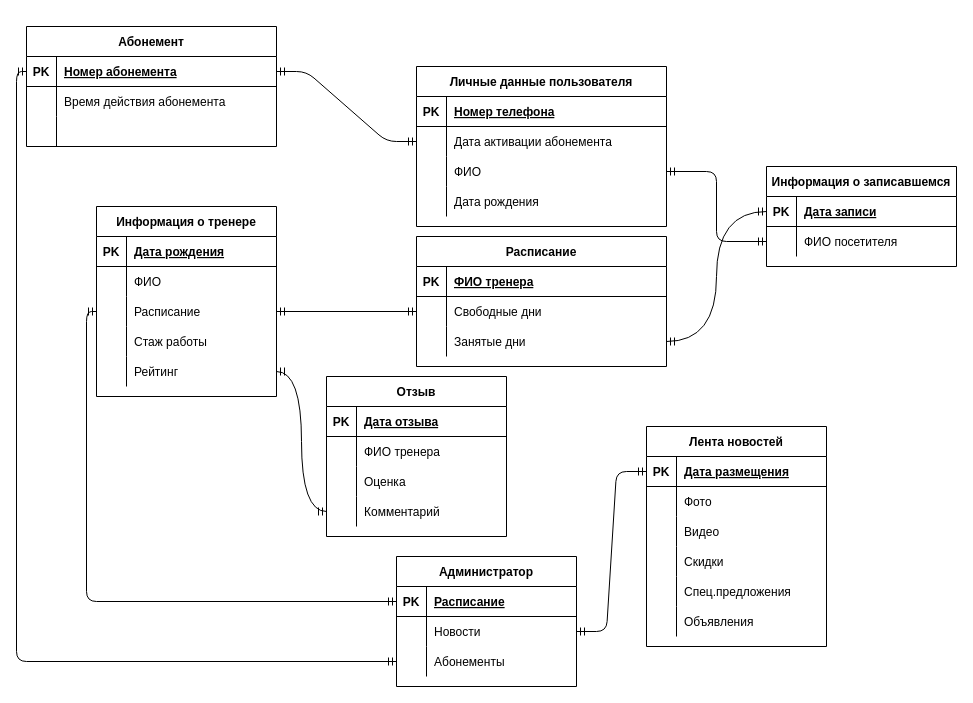
Before: ER-диаграмма 2.drawio in yuliapyrikova/-, a draw.io diagram. Source tidied: cells renumbered, new cells numbered last; positions are measured from the earlier drawing's top-left corner, leaving out a move shared by most shapes. Both pictures are drawn from the tidied source at 100%, with x=0, y=0 at pixel (26, 26).
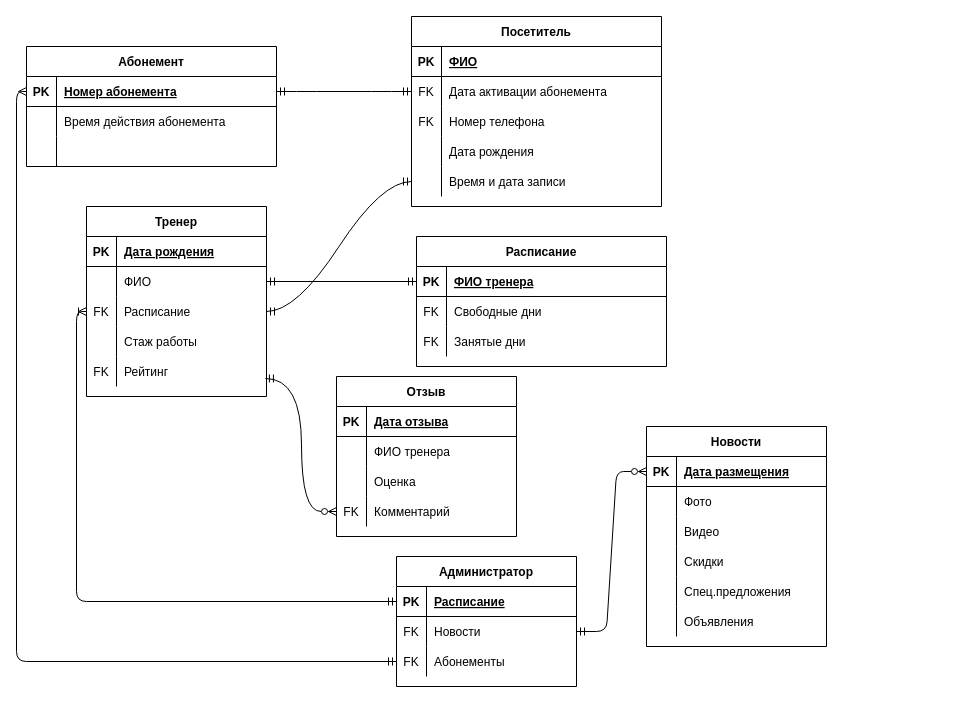
The same page after the edit.

Unchanged cells that the change refers to:
```xml
<mxCell id="3" style="shape=partialRectangle;fillColor=none;top=0;left=0;right=0;bottom=1;" parent="2" vertex="1">
  <mxGeometry y="30" width="250" height="30" as="geometry" />
</mxCell>
<mxCell id="6" style="shape=partialRectangle;fillColor=none;points=[[0,0.5],[1,0.5]];portConstraint=eastwest;top=0;left=0;right=0;bottom=0;" parent="2" vertex="1">
  <mxGeometry y="60" width="250" height="30" as="geometry" />
</mxCell>
<mxCell id="9" style="shape=partialRectangle;fillColor=none;points=[[0,0.5],[1,0.5]];portConstraint=eastwest;top=0;left=0;right=0;bottom=0;" parent="2" vertex="1">
  <mxGeometry y="90" width="250" height="30" as="geometry" />
</mxCell>
<mxCell id="16" style="shape=partialRectangle;fillColor=none;points=[[0,0.5],[1,0.5]];portConstraint=eastwest;top=0;left=0;right=0;bottom=1;" parent="15" vertex="1">
  <mxGeometry y="30" width="250" height="30" as="geometry" />
</mxCell>
<mxCell id="19" style="shape=partialRectangle;fillColor=none;points=[[0,0.5],[1,0.5]];portConstraint=eastwest;top=0;left=0;right=0;bottom=0;" parent="15" vertex="1">
  <mxGeometry y="60" width="250" height="30" as="geometry" />
</mxCell>
<mxCell id="22" style="shape=partialRectangle;fillColor=none;points=[[0,0.5],[1,0.5]];portConstraint=eastwest;top=0;left=0;right=0;bottom=0;" parent="15" vertex="1">
  <mxGeometry y="90" width="250" height="30" as="geometry" />
</mxCell>
<mxCell id="26" style="shape=partialRectangle;fillColor=none;points=[[0,0.5],[1,0.5]];portConstraint=eastwest;top=0;left=0;right=0;bottom=1;" parent="25" vertex="1">
  <mxGeometry y="30" width="250" height="30" as="geometry" />
</mxCell>
<mxCell id="47" style="shape=partialRectangle;fillColor=none;top=0;left=0;bottom=0;right=0;points=[[0,0.5],[1,0.5]];portConstraint=eastwest;" parent="43" vertex="1">
  <mxGeometry y="60" width="180" height="30" as="geometry" />
</mxCell>
<mxCell id="50" style="shape=partialRectangle;fillColor=none;top=0;left=0;bottom=0;right=0;points=[[0,0.5],[1,0.5]];portConstraint=eastwest;" parent="43" vertex="1">
  <mxGeometry y="90" width="180" height="30" as="geometry" />
</mxCell>
<mxCell id="56" style="shape=partialRectangle;fillColor=none;top=0;left=0;bottom=0;right=0;points=[[0,0.5],[1,0.5]];portConstraint=eastwest;" parent="43" vertex="1">
  <mxGeometry y="150" width="180" height="30" as="geometry" />
</mxCell>
<mxCell id="72" style="shape=partialRectangle;fillColor=none;top=0;left=0;bottom=0;right=0;points=[[0,0.5],[1,0.5]];portConstraint=eastwest;" parent="62" vertex="1">
  <mxGeometry y="120" width="180" height="30" as="geometry" />
</mxCell>
<mxCell id="76" style="shape=partialRectangle;fillColor=none;top=0;left=0;bottom=1;right=0;points=[[0,0.5],[1,0.5]];portConstraint=eastwest;" parent="75" vertex="1">
  <mxGeometry y="30" width="180" height="30" as="geometry" />
</mxCell>
<mxCell id="96" style="shape=partialRectangle;fillColor=none;top=0;left=0;bottom=1;right=0;points=[[0,0.5],[1,0.5]];portConstraint=eastwest;" parent="95" vertex="1">
  <mxGeometry y="30" width="180" height="30" as="geometry" />
</mxCell>
<mxCell id="99" style="shape=partialRectangle;fillColor=none;top=0;left=0;bottom=0;right=0;points=[[0,0.5],[1,0.5]];portConstraint=eastwest;" parent="95" vertex="1">
  <mxGeometry y="60" width="180" height="30" as="geometry" />
</mxCell>
<mxCell id="102" style="shape=partialRectangle;fillColor=none;top=0;left=0;bottom=0;right=0;points=[[0,0.5],[1,0.5]];portConstraint=eastwest;" parent="95" vertex="1">
  <mxGeometry y="90" width="180" height="30" as="geometry" />
</mxCell>
```

Change to the diagram source:
```diff
@@
-    <mxCell id="2" value="Личные данные пользователя" style="shape=table;startSize=30;childLayout=tableLayout;rowLines=0;fontStyle=1;align=center;" parent="1" vertex="1">
-      <mxGeometry x="390" y="40" width="250" height="160" as="geometry" />
+    <mxCell id="2" value="Посетитель" style="shape=table;startSize=30;childLayout=tableLayout;rowLines=0;fontStyle=1;align=center;" parent="1" vertex="1">
+      <mxGeometry x="385" y="-10" width="250" height="190" as="geometry" />
     </mxCell>
@@
-    <mxCell id="5" value="Номер телефона" style="shape=partialRectangle;overflow=hidden;fillColor=none;top=0;left=0;bottom=0;right=0;align=left;spacingLeft=6;fontStyle=5;" parent="3" vertex="1">
+    <mxCell id="5" value="ФИО" style="shape=partialRectangle;overflow=hidden;fillColor=none;top=0;left=0;bottom=0;right=0;align=left;spacingLeft=6;fontStyle=5;" parent="3" vertex="1">
       <mxGeometry x="30" width="220" height="30" as="geometry" />
     </mxCell>
@@
-    <mxCell id="7" style="shape=partialRectangle;overflow=hidden;fillColor=none;top=0;left=0;bottom=0;right=0;" parent="6" vertex="1">
+    <mxCell id="7" value="FK" style="shape=partialRectangle;overflow=hidden;fillColor=none;top=0;left=0;bottom=0;right=0;" parent="6" vertex="1">
       <mxGeometry width="30" height="30" as="geometry" />
     </mxCell>
@@
-    <mxCell id="10" style="shape=partialRectangle;overflow=hidden;fillColor=none;top=0;left=0;bottom=0;right=0;" parent="9" vertex="1">
+    <mxCell id="10" value="FK" style="shape=partialRectangle;overflow=hidden;fillColor=none;top=0;left=0;bottom=0;right=0;" parent="9" vertex="1">
       <mxGeometry width="30" height="30" as="geometry" />
     </mxCell>
-    <mxCell id="11" value="ФИО" style="shape=partialRectangle;overflow=hidden;fillColor=none;top=0;left=0;bottom=0;right=0;align=left;spacingLeft=6;" parent="9" vertex="1">
+    <mxCell id="11" value="Номер телефона" style="shape=partialRectangle;overflow=hidden;fillColor=none;top=0;left=0;bottom=0;right=0;align=left;spacingLeft=6;" parent="9" vertex="1">
       <mxGeometry x="30" width="220" height="30" as="geometry" />
     </mxCell>
@@
+    <mxCell id="108" style="shape=partialRectangle;fillColor=none;top=0;left=0;bottom=0;right=0;points=[[0,0.5],[1,0.5]];portConstraint=eastwest;" parent="2" vertex="1">
+      <mxGeometry y="150" width="250" height="30" as="geometry" />
+    </mxCell>
+    <mxCell id="40" style="shape=partialRectangle;fillColor=none;top=0;left=0;bottom=0;right=0;overflow=hidden;" parent="108" vertex="1">
+      <mxGeometry width="30" height="30" as="geometry" />
+    </mxCell>
+    <mxCell id="109" value="Время и дата записи" style="shape=partialRectangle;fillColor=none;top=0;left=0;bottom=0;right=0;align=left;spacingLeft=6;overflow=hidden;" parent="108" vertex="1">
+      <mxGeometry x="30" width="220" height="30" as="geometry" />
+    </mxCell>
@@
-    <mxCell id="20" style="shape=partialRectangle;overflow=hidden;fillColor=none;top=0;left=0;bottom=0;right=0;" parent="19" vertex="1">
+    <mxCell id="20" value="FK" style="shape=partialRectangle;overflow=hidden;fillColor=none;top=0;left=0;bottom=0;right=0;" parent="19" vertex="1">
       <mxGeometry width="30" height="30" as="geometry" />
     </mxCell>
@@
-    <mxCell id="23" style="shape=partialRectangle;overflow=hidden;fillColor=none;top=0;left=0;bottom=0;right=0;" parent="22" vertex="1">
+    <mxCell id="23" value="FK" style="shape=partialRectangle;overflow=hidden;fillColor=none;top=0;left=0;bottom=0;right=0;" parent="22" vertex="1">
       <mxGeometry width="30" height="30" as="geometry" />
     </mxCell>
@@
     <mxCell id="25" value="Абонемент" style="shape=table;startSize=30;childLayout=tableLayout;rowLines=0;fontStyle=1;align=center;" parent="1" vertex="1">
-      <mxGeometry width="250" height="120" as="geometry" />
+      <mxGeometry y="20" width="250" height="120" as="geometry" />
     </mxCell>
@@
-    <mxCell id="35" value="Информация о записавшемся" style="shape=table;startSize=30;childLayout=tableLayout;rowLines=0;fontStyle=1;align=center;" parent="1" vertex="1">
-      <mxGeometry x="740" y="140" width="190" height="100" as="geometry" />
-    </mxCell>
-    <mxCell id="36" style="shape=partialRectangle;fillColor=none;top=0;left=0;bottom=1;right=0;points=[[0,0.5],[1,0.5]];portConstraint=eastwest;" parent="35" vertex="1">
-      <mxGeometry y="30" width="190" height="30" as="geometry" />
-    </mxCell>
-    <mxCell id="37" value="PK" style="shape=partialRectangle;fillColor=none;top=0;left=0;bottom=0;right=0;fontStyle=1;overflow=hidden;" parent="36" vertex="1">
-      <mxGeometry width="30" height="30" as="geometry" />
-    </mxCell>
-    <mxCell id="38" value="Дата записи" style="shape=partialRectangle;fillColor=none;top=0;left=0;bottom=0;right=0;align=left;spacingLeft=6;fontStyle=5;overflow=hidden;" parent="36" vertex="1">
-      <mxGeometry x="30" width="160" height="30" as="geometry" />
-    </mxCell>
-    <mxCell id="39" style="shape=partialRectangle;fillColor=none;top=0;left=0;bottom=0;right=0;points=[[0,0.5],[1,0.5]];portConstraint=eastwest;" parent="35" vertex="1">
-      <mxGeometry y="60" width="190" height="30" as="geometry" />
-    </mxCell>
-    <mxCell id="40" style="shape=partialRectangle;fillColor=none;top=0;left=0;bottom=0;right=0;overflow=hidden;" parent="39" vertex="1">
-      <mxGeometry width="30" height="30" as="geometry" />
-    </mxCell>
-    <mxCell id="41" value="ФИО посетителя" style="shape=partialRectangle;fillColor=none;top=0;left=0;bottom=0;right=0;align=left;spacingLeft=6;overflow=hidden;" parent="39" vertex="1">
-      <mxGeometry x="30" width="160" height="30" as="geometry" />
-    </mxCell>
@@
-    <mxCell id="43" value="Информация о тренере" style="shape=table;startSize=30;childLayout=tableLayout;rowLines=0;fontStyle=1;align=center;" parent="1" vertex="1">
-      <mxGeometry x="70" y="180" width="180" height="190" as="geometry" />
+    <mxCell id="43" value="Тренер" style="shape=table;startSize=30;childLayout=tableLayout;rowLines=0;fontStyle=1;align=center;" parent="1" vertex="1">
+      <mxGeometry x="60" y="180" width="180" height="190" as="geometry" />
     </mxCell>
@@
-    <mxCell id="51" style="shape=partialRectangle;fillColor=none;top=0;left=0;bottom=0;right=0;overflow=hidden;" parent="50" vertex="1">
+    <mxCell id="51" value="FK" style="shape=partialRectangle;fillColor=none;top=0;left=0;bottom=0;right=0;overflow=hidden;" parent="50" vertex="1">
       <mxGeometry width="30" height="30" as="geometry" />
     </mxCell>
@@
-    <mxCell id="57" style="shape=partialRectangle;fillColor=none;top=0;left=0;bottom=0;right=0;overflow=hidden;" parent="56" vertex="1">
+    <mxCell id="57" value="FK" style="shape=partialRectangle;fillColor=none;top=0;left=0;bottom=0;right=0;overflow=hidden;" parent="56" vertex="1">
       <mxGeometry width="30" height="30" as="geometry" />
     </mxCell>
@@
-    <mxCell id="59" style="edgeStyle=orthogonalEdgeStyle;fontSize=12;html=1;endArrow=ERmandOne;startArrow=ERmandOne;exitX=1;exitY=0.5;exitDx=0;exitDy=0;entryX=0;entryY=0.5;entryDx=0;entryDy=0;jumpStyle=sharp;" parent="1" edge="1" source="9" target="39">
-      <mxGeometry relative="1" as="geometry" />
-    </mxCell>
-    <mxCell id="60" style="edgeStyle=orthogonalEdgeStyle;fontSize=12;html=1;endArrow=ERmandOne;startArrow=ERmandOne;entryX=0;entryY=0.5;entryDx=0;entryDy=0;exitX=1;exitY=0.5;exitDx=0;exitDy=0;jumpStyle=sharp;elbow=vertical;curved=1;" parent="1" edge="1" source="22" target="36">
-      <mxGeometry relative="1" as="geometry" />
-    </mxCell>
-    <mxCell id="61" style="edgeStyle=entityRelationEdgeStyle;fontSize=12;html=1;endArrow=ERmandOne;startArrow=ERmandOne;exitX=1;exitY=0.5;exitDx=0;exitDy=0;entryX=0;entryY=0.5;entryDx=0;entryDy=0;jumpStyle=sharp;" parent="1" edge="1" source="50" target="19">
+    <mxCell id="61" style="edgeStyle=entityRelationEdgeStyle;fontSize=12;html=1;endArrow=ERmandOne;startArrow=ERmandOne;exitX=1;exitY=0.5;exitDx=0;exitDy=0;entryX=0;entryY=0.5;entryDx=0;entryDy=0;jumpStyle=sharp;" parent="1" edge="1" source="47" target="16">
       <mxGeometry relative="1" as="geometry" />
     </mxCell>
     <mxCell id="62" value="Отзыв" style="shape=table;startSize=30;childLayout=tableLayout;rowLines=0;fontStyle=1;align=center;" parent="1" vertex="1">
-      <mxGeometry x="300" y="350" width="180" height="160" as="geometry" />
+      <mxGeometry x="310" y="350" width="180" height="160" as="geometry" />
     </mxCell>
@@
-    <mxCell id="73" style="shape=partialRectangle;fillColor=none;top=0;left=0;bottom=0;right=0;overflow=hidden;" parent="72" vertex="1">
+    <mxCell id="73" value="FK" style="shape=partialRectangle;fillColor=none;top=0;left=0;bottom=0;right=0;overflow=hidden;" parent="72" vertex="1">
       <mxGeometry width="30" height="30" as="geometry" />
     </mxCell>
@@
-    <mxCell id="75" value="Лента новостей" style="shape=table;startSize=30;childLayout=tableLayout;rowLines=0;fontStyle=1;align=center;" parent="1" vertex="1">
+    <mxCell id="75" value="Новости" style="shape=table;startSize=30;childLayout=tableLayout;rowLines=0;fontStyle=1;align=center;" parent="1" vertex="1">
       <mxGeometry x="620" y="400" width="180" height="220" as="geometry" />
     </mxCell>
@@
-    <mxCell id="94" style="edgeStyle=orthogonalEdgeStyle;fontSize=12;html=1;endArrow=ERmandOne;startArrow=ERmandOne;entryX=0;entryY=0.5;entryDx=0;entryDy=0;exitX=1;exitY=0.5;exitDx=0;exitDy=0;jumpStyle=sharp;curved=1;" parent="1" edge="1" source="56" target="72">
+    <mxCell id="94" style="edgeStyle=orthogonalEdgeStyle;fontSize=12;html=1;endArrow=ERzeroToMany;startArrow=ERmandOne;exitX=0.994;exitY=0.733;exitDx=0;exitDy=0;jumpStyle=sharp;endFill=0;elbow=vertical;entryX=0;entryY=0.5;entryDx=0;entryDy=0;exitPerimeter=0;curved=1;" parent="1" edge="1" source="56" target="72">
       <mxGeometry relative="1" as="geometry" />
     </mxCell>
@@
-    <mxCell id="100" style="shape=partialRectangle;fillColor=none;top=0;left=0;bottom=0;right=0;overflow=hidden;" parent="99" vertex="1">
+    <mxCell id="100" value="FK" style="shape=partialRectangle;fillColor=none;top=0;left=0;bottom=0;right=0;overflow=hidden;" parent="99" vertex="1">
       <mxGeometry width="30" height="30" as="geometry" />
     </mxCell>
@@
-    <mxCell id="103" style="shape=partialRectangle;fillColor=none;top=0;left=0;bottom=0;right=0;overflow=hidden;" parent="102" vertex="1">
+    <mxCell id="103" value="FK" style="shape=partialRectangle;fillColor=none;top=0;left=0;bottom=0;right=0;overflow=hidden;" parent="102" vertex="1">
       <mxGeometry width="30" height="30" as="geometry" />
     </mxCell>
@@
-    <mxCell id="105" style="edgeStyle=orthogonalEdgeStyle;fontSize=12;html=1;endArrow=ERmandOne;startArrow=ERmandOne;entryX=0;entryY=0.5;entryDx=0;entryDy=0;exitX=0;exitY=0.5;exitDx=0;exitDy=0;jumpStyle=sharp;" parent="1" edge="1" source="50" target="96">
+    <mxCell id="105" style="edgeStyle=orthogonalEdgeStyle;fontSize=12;html=1;endArrow=ERmandOne;startArrow=ERoneToMany;entryX=0;entryY=0.5;entryDx=0;entryDy=0;exitX=0;exitY=0.5;exitDx=0;exitDy=0;jumpStyle=sharp;startFill=0;" parent="1" edge="1" source="50" target="96">
       <mxGeometry relative="1" as="geometry" />
     </mxCell>
-    <mxCell id="106" style="edgeStyle=entityRelationEdgeStyle;fontSize=12;html=1;endArrow=ERmandOne;startArrow=ERmandOne;entryX=0;entryY=0.5;entryDx=0;entryDy=0;exitX=1;exitY=0.5;exitDx=0;exitDy=0;" parent="1" edge="1" source="99" target="76">
+    <mxCell id="106" style="edgeStyle=entityRelationEdgeStyle;fontSize=12;html=1;endArrow=ERzeroToMany;startArrow=ERmandOne;entryX=0;entryY=0.5;entryDx=0;entryDy=0;exitX=1;exitY=0.5;exitDx=0;exitDy=0;endFill=0;" parent="1" edge="1" source="99" target="76">
       <mxGeometry relative="1" as="geometry" />
     </mxCell>
-    <mxCell id="107" style="edgeStyle=orthogonalEdgeStyle;fontSize=12;html=1;endArrow=ERmandOne;startArrow=ERmandOne;entryX=0;entryY=0.5;entryDx=0;entryDy=0;exitX=0;exitY=0.5;exitDx=0;exitDy=0;" parent="1" edge="1" source="26" target="102">
+    <mxCell id="107" style="edgeStyle=orthogonalEdgeStyle;fontSize=12;html=1;endArrow=ERmandOne;startArrow=ERmany;entryX=0;entryY=0.5;entryDx=0;entryDy=0;exitX=0;exitY=0.5;exitDx=0;exitDy=0;startFill=0;" parent="1" edge="1" source="26" target="102">
       <mxGeometry relative="1" as="geometry" />
     </mxCell>
+    <mxCell id="110" style="edgeStyle=entityRelationEdgeStyle;fontSize=12;html=1;endArrow=ERmandOne;startArrow=ERmandOne;rounded=0;curved=1;elbow=vertical;entryX=0;entryY=0.5;entryDx=0;entryDy=0;" parent="1" edge="1" source="50" target="108">
+      <mxGeometry relative="1" as="geometry" />
+    </mxCell>
```
